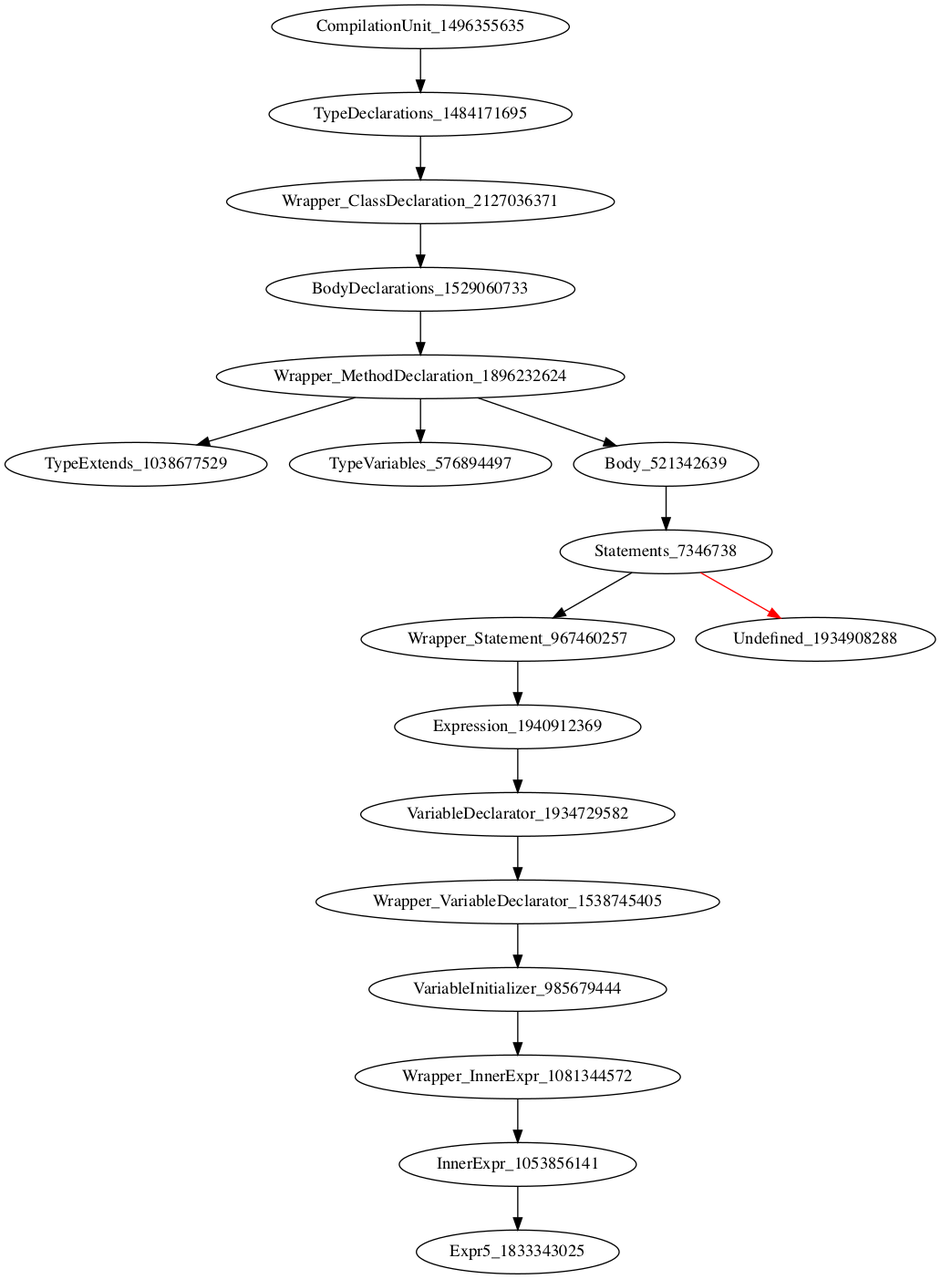
Above: holeAST.png in icse2023material/VoiceJava (Graphviz), before the change. Its source is kept beside it as holeAST.dot.
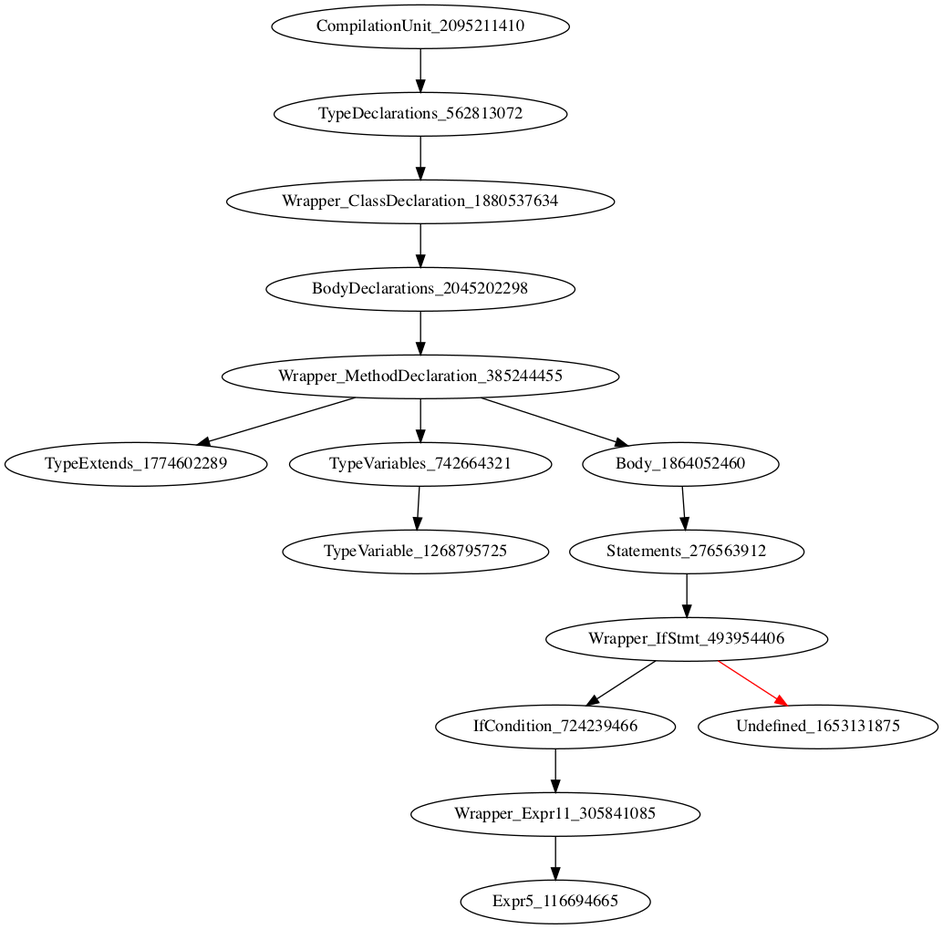
After the change.

Commit message:
[refactor] of let expr; to be continued: let in for/while/if/switch

The edit, as a diff of the source:
```diff
@@ -1,19 +1,16 @@
 digraph {
-CompilationUnit_1496355635 -> TypeDeclarations_1484171695
-TypeDeclarations_1484171695 -> Wrapper_ClassDeclaration_2127036371
-Wrapper_ClassDeclaration_2127036371 -> BodyDeclarations_1529060733
-BodyDeclarations_1529060733 -> Wrapper_MethodDeclaration_1896232624
-Wrapper_MethodDeclaration_1896232624 -> TypeExtends_1038677529
-Wrapper_MethodDeclaration_1896232624 -> TypeVariables_576894497
-Wrapper_MethodDeclaration_1896232624 -> Body_521342639
-Body_521342639 -> Statements_7346738
-Statements_7346738 -> Wrapper_Statement_967460257
-Statements_7346738 -> Undefined_1934908288 [color = red]
-Wrapper_Statement_967460257 -> Expression_1940912369
-Expression_1940912369 -> VariableDeclarator_1934729582
-VariableDeclarator_1934729582 -> Wrapper_VariableDeclarator_1538745405
-Wrapper_VariableDeclarator_1538745405 -> VariableInitializer_985679444
-VariableInitializer_985679444 -> Wrapper_InnerExpr_1081344572
-Wrapper_InnerExpr_1081344572 -> InnerExpr_1053856141
-InnerExpr_1053856141 -> Expr5_1833343025
+CompilationUnit_2095211410 -> TypeDeclarations_562813072
+TypeDeclarations_562813072 -> Wrapper_ClassDeclaration_1880537634
+Wrapper_ClassDeclaration_1880537634 -> BodyDeclarations_2045202298
+BodyDeclarations_2045202298 -> Wrapper_MethodDeclaration_385244455
+Wrapper_MethodDeclaration_385244455 -> TypeExtends_1774602289
+Wrapper_MethodDeclaration_385244455 -> TypeVariables_742664321
+Wrapper_MethodDeclaration_385244455 -> Body_1864052460
+TypeVariables_742664321 -> TypeVariable_1268795725
+Body_1864052460 -> Statements_276563912
+Statements_276563912 -> Wrapper_IfStmt_493954406
+Wrapper_IfStmt_493954406 -> IfCondition_724239466
+Wrapper_IfStmt_493954406 -> Undefined_1653131875 [color = red]
+IfCondition_724239466 -> Wrapper_Expr11_305841085
+Wrapper_Expr11_305841085 -> Expr5_116694665
 }
```
